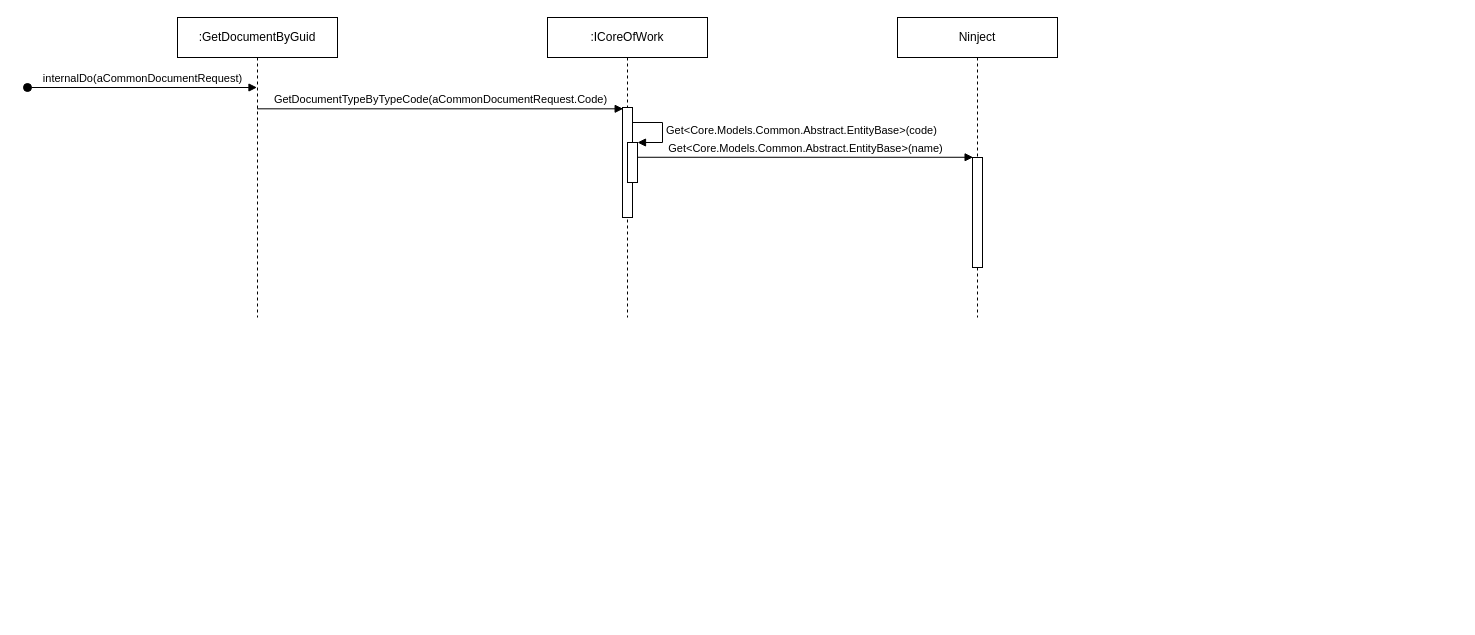
This is Core/DataAcquisition/GetDocumentByGuid.cs/sequence.drawio from davyd0ff/so-line-grls, a draw.io file, before an edit. Source tidied: cells renumbered, new cells numbered last; positions are measured from the earlier drawing's top-left corner, leaving out a move shared by most shapes. Both pictures are drawn from the tidied source at 100%, with x=0, y=0 at pixel (27, 17).
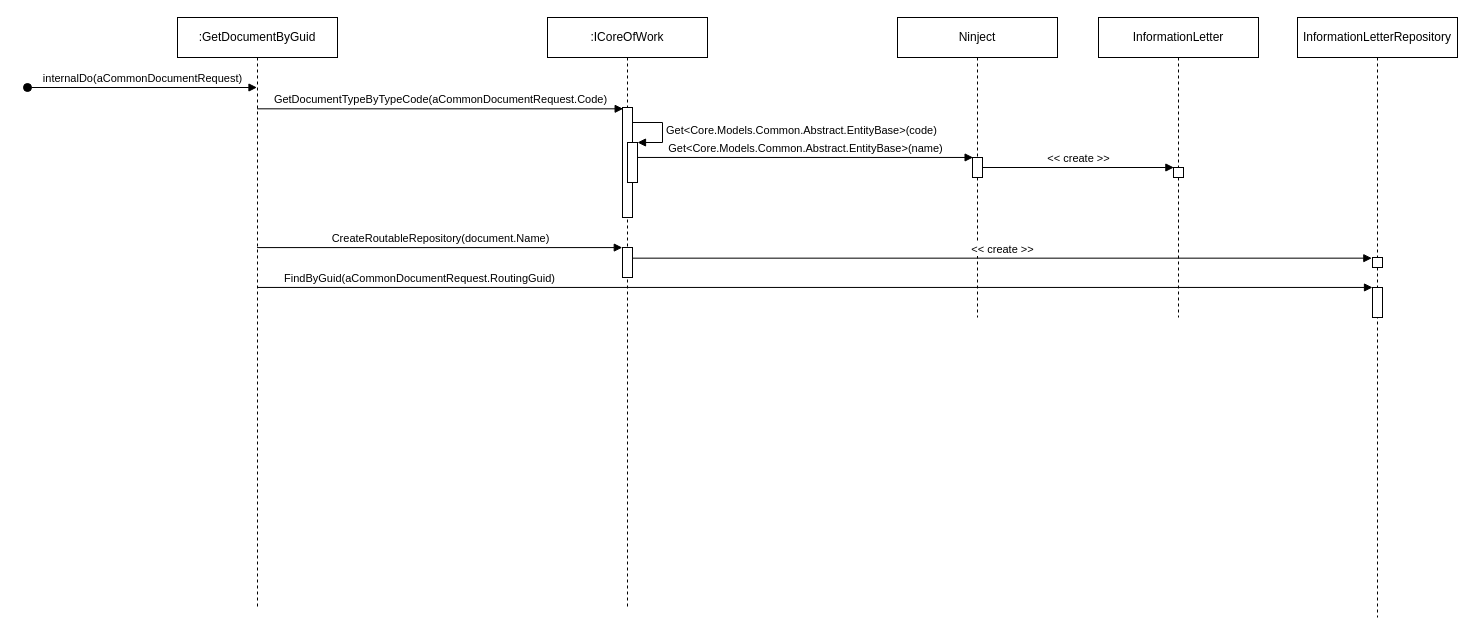
After the change.

Unchanged cells that the change refers to:
```xml
<mxCell id="9" value="Ninject" style="shape=umlLifeline;perimeter=lifelinePerimeter;whiteSpace=wrap;html=1;" parent="1" vertex="1">
  <mxGeometry x="870" width="160" height="300" as="geometry" />
</mxCell>
```

What changed in the source:
```diff
@@
     <mxCell id="2" value=":GetDocumentByGuid" style="shape=umlLifeline;perimeter=lifelinePerimeter;whiteSpace=wrap;html=1;outlineConnect=0;" parent="1" vertex="1">
-      <mxGeometry x="150" width="160" height="300" as="geometry" />
+      <mxGeometry x="150" width="160" height="590" as="geometry" />
     </mxCell>
@@
     <mxCell id="4" value=":ICoreOfWork" style="shape=umlLifeline;perimeter=lifelinePerimeter;whiteSpace=wrap;html=1;" parent="1" vertex="1">
-      <mxGeometry x="520" width="160" height="300" as="geometry" />
+      <mxGeometry x="520" width="160" height="590" as="geometry" />
     </mxCell>
@@
+    <mxCell id="12" style="html=1;points=[];perimeter=orthogonalPerimeter;" parent="4" vertex="1">
+      <mxGeometry x="75" y="230" width="10" height="30" as="geometry" />
+    </mxCell>
@@
     <mxCell id="10" style="html=1;points=[];perimeter=orthogonalPerimeter;" parent="9" vertex="1">
-      <mxGeometry x="75" y="140" width="10" height="110" as="geometry" />
+      <mxGeometry x="75" y="140" width="10" height="20" as="geometry" />
     </mxCell>
@@
+    <mxCell id="13" value="InformationLetter" style="shape=umlLifeline;perimeter=lifelinePerimeter;whiteSpace=wrap;html=1;" parent="1" vertex="1">
+      <mxGeometry x="1071" width="160" height="300" as="geometry" />
+    </mxCell>
+    <mxCell id="14" style="html=1;points=[];perimeter=orthogonalPerimeter;" parent="13" vertex="1">
+      <mxGeometry x="75" y="150" width="10" height="10" as="geometry" />
+    </mxCell>
+    <mxCell id="15" value="&amp;lt;&amp;lt; create &amp;gt;&amp;gt;" style="html=1;verticalAlign=bottom;endArrow=block;rounded=0;entryX=0.04;entryY=0;entryDx=0;entryDy=0;entryPerimeter=0;" parent="1" edge="1" source="10" target="14">
+      <mxGeometry relative="1" as="geometry" />
+    </mxCell>
+    <mxCell id="16" value="CreateRoutableRepository(document.Name)" style="html=1;verticalAlign=bottom;endArrow=block;rounded=0;entryX=-0.021;entryY=0.003;entryDx=0;entryDy=0;entryPerimeter=0;" parent="1" edge="1" source="2" target="12">
+      <mxGeometry relative="1" as="geometry" />
+    </mxCell>
+    <mxCell id="17" value="InformationLetterRepository" style="shape=umlLifeline;perimeter=lifelinePerimeter;whiteSpace=wrap;html=1;" parent="1" vertex="1">
+      <mxGeometry x="1270" width="160" height="600" as="geometry" />
+    </mxCell>
+    <mxCell id="18" style="html=1;points=[];perimeter=orthogonalPerimeter;" parent="17" vertex="1">
+      <mxGeometry x="75" y="240" width="10" height="10" as="geometry" />
+    </mxCell>
+    <mxCell id="19" style="html=1;points=[];perimeter=orthogonalPerimeter;" parent="17" vertex="1">
+      <mxGeometry x="75" y="270" width="10" height="30" as="geometry" />
+    </mxCell>
+    <mxCell id="20" value="&amp;lt;&amp;lt; create &amp;gt;&amp;gt;" style="html=1;verticalAlign=bottom;endArrow=block;rounded=0;entryX=-0.067;entryY=0.067;entryDx=0;entryDy=0;entryPerimeter=0;" parent="1" edge="1" source="12" target="18">
+      <mxGeometry relative="1" as="geometry" />
+    </mxCell>
+    <mxCell id="21" value="FindByGuid(aCommonDocumentRequest.RoutingGuid)" style="html=1;verticalAlign=bottom;endArrow=block;rounded=0;entryX=0;entryY=-0.002;entryDx=0;entryDy=0;entryPerimeter=0;" parent="1" edge="1" source="2" target="19">
+      <mxGeometry x="-0.71" relative="1" as="geometry" />
+    </mxCell>
```
